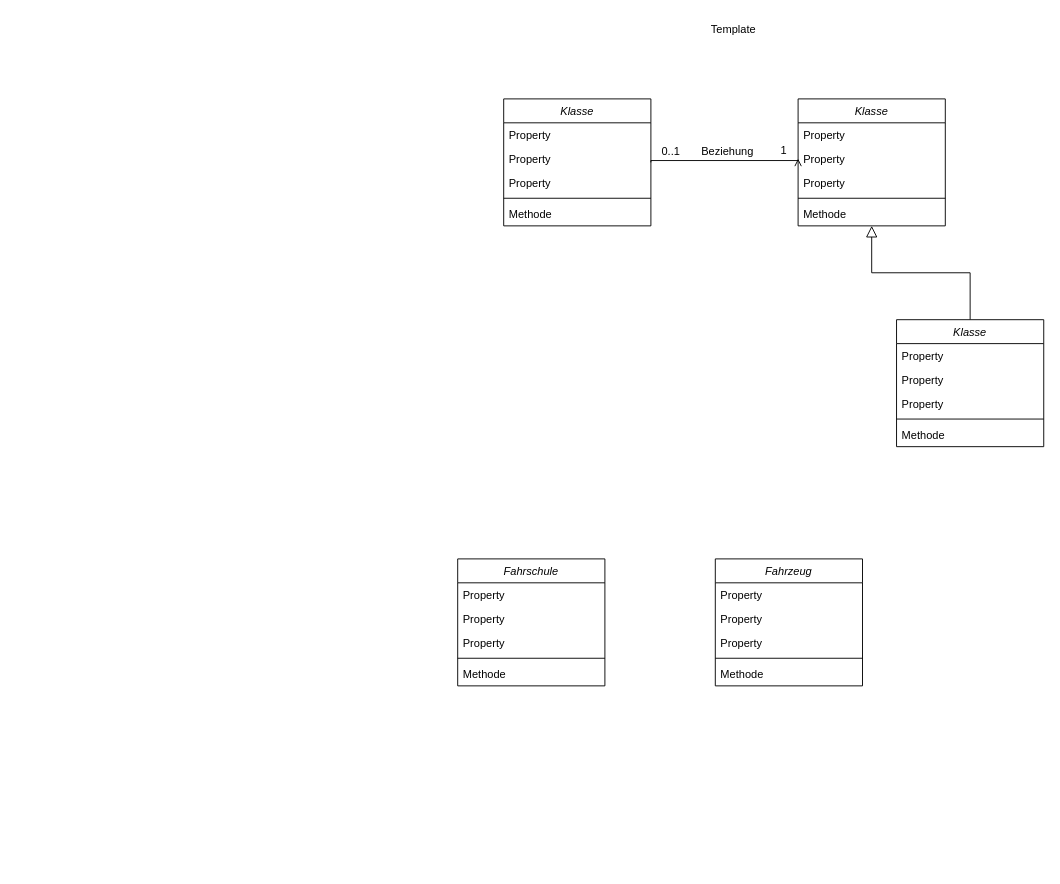
This is UML/Fahrschule-Klassendiagramm.drawio from isnteer-sluz/Fahrschule, a draw.io file, before an edit. Source tidied: cells renumbered, new cells numbered last; positions are measured from the earlier drawing's top-left corner, leaving out a move shared by most shapes. Both pictures are drawn from the tidied source at 92%, with x=0, y=0 at pixel (457, 16).
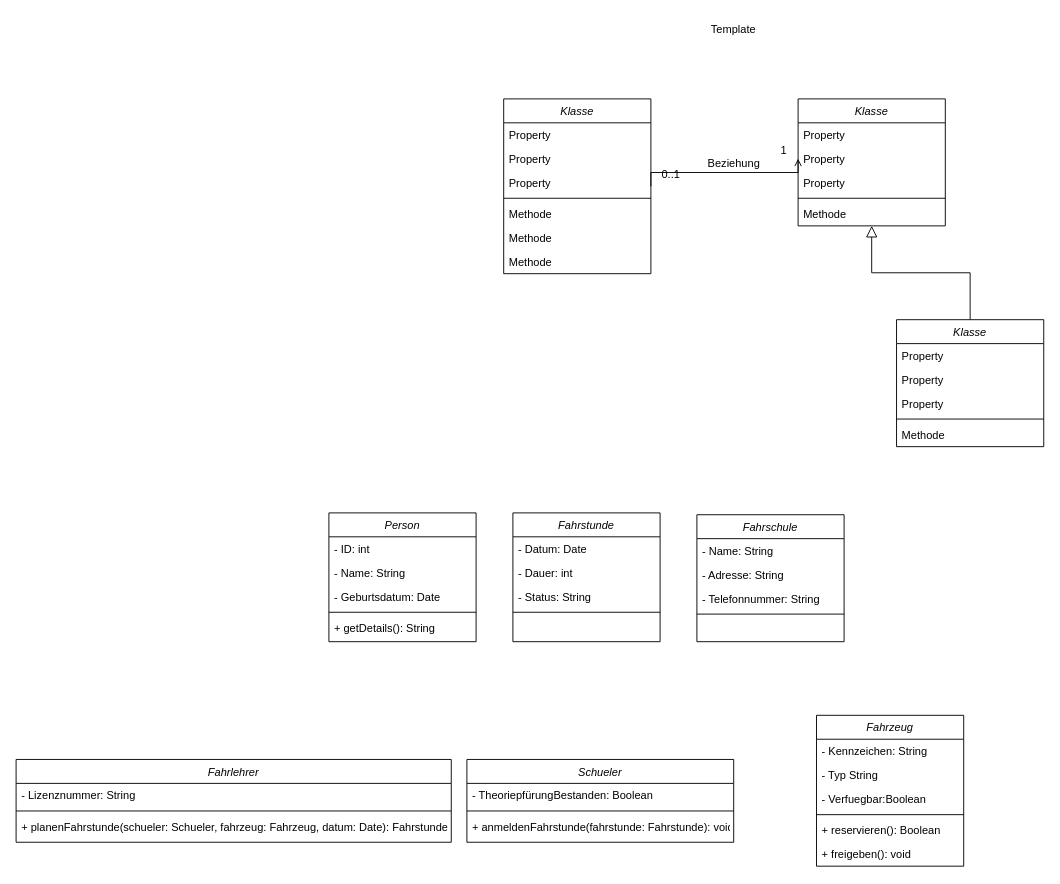
After the change.

The edit, as a diff of the source:
```diff
@@
     <mxCell id="2" value="Klasse" style="swimlane;fontStyle=2;align=center;verticalAlign=top;horizontal=1;startSize=26;rounded=0;shadow=0;strokeWidth=1;" parent="1" vertex="1">
-      <mxGeometry x="50" y="90" width="160" height="138" as="geometry" />
+      <mxGeometry x="50" y="90" width="160" height="190" as="geometry" />
     </mxCell>
@@
+    <mxCell id="38" value="Methode" style="text;align=left;verticalAlign=top;spacingLeft=4;spacingRight=4;overflow=hidden;" parent="2" vertex="1">
+      <mxGeometry y="138" width="160" height="26" as="geometry" />
+    </mxCell>
+    <mxCell id="39" value="Methode" style="text;align=left;verticalAlign=top;spacingLeft=4;spacingRight=4;overflow=hidden;" parent="2" vertex="1">
+      <mxGeometry y="164" width="160" height="26" as="geometry" />
+    </mxCell>
@@
     <mxCell id="26" value="Fahrschule" style="swimlane;fontStyle=2;align=center;verticalAlign=top;horizontal=1;startSize=26;rounded=0;shadow=0;strokeWidth=1;" parent="1" vertex="1">
-      <mxGeometry y="590" width="160" height="138" as="geometry" />
+      <mxGeometry x="260" y="542" width="160" height="138" as="geometry" />
     </mxCell>
-    <mxCell id="27" value="Property" style="text;align=left;verticalAlign=top;spacingLeft=4;spacingRight=4;overflow=hidden;" parent="26" vertex="1">
+    <mxCell id="27" value="- Name: String" style="text;align=left;verticalAlign=top;spacingLeft=4;spacingRight=4;overflow=hidden;" parent="26" vertex="1">
       <mxGeometry y="26" width="160" height="26" as="geometry" />
     </mxCell>
-    <mxCell id="28" value="Property" style="text;align=left;verticalAlign=top;spacingLeft=4;spacingRight=4;overflow=hidden;rounded=0;shadow=0;html=0;" parent="26" vertex="1">
+    <mxCell id="28" value="- Adresse: String" style="text;align=left;verticalAlign=top;spacingLeft=4;spacingRight=4;overflow=hidden;rounded=0;shadow=0;html=0;" parent="26" vertex="1">
       <mxGeometry y="52" width="160" height="26" as="geometry" />
     </mxCell>
-    <mxCell id="29" value="Property" style="text;align=left;verticalAlign=top;spacingLeft=4;spacingRight=4;overflow=hidden;rounded=0;shadow=0;html=0;" parent="26" vertex="1">
+    <mxCell id="29" value="- Telefonnummer: String" style="text;align=left;verticalAlign=top;spacingLeft=4;spacingRight=4;overflow=hidden;rounded=0;shadow=0;html=0;" parent="26" vertex="1">
       <mxGeometry y="78" width="160" height="26" as="geometry" />
     </mxCell>
@@
-    <mxCell id="31" value="Methode" style="text;align=left;verticalAlign=top;spacingLeft=4;spacingRight=4;overflow=hidden;" parent="26" vertex="1">
-      <mxGeometry y="112" width="160" height="26" as="geometry" />
-    </mxCell>
     <mxCell id="32" value="Fahrzeug" style="swimlane;fontStyle=2;align=center;verticalAlign=top;horizontal=1;startSize=26;rounded=0;shadow=0;strokeWidth=1;" parent="1" vertex="1">
-      <mxGeometry x="280" y="590" width="160" height="138" as="geometry" />
+      <mxGeometry x="390" y="760" width="160" height="164" as="geometry" />
     </mxCell>
-    <mxCell id="33" value="Property" style="text;align=left;verticalAlign=top;spacingLeft=4;spacingRight=4;overflow=hidden;" parent="32" vertex="1">
+    <mxCell id="33" value="- Kennzeichen: String" style="text;align=left;verticalAlign=top;spacingLeft=4;spacingRight=4;overflow=hidden;" parent="32" vertex="1">
       <mxGeometry y="26" width="160" height="26" as="geometry" />
     </mxCell>
-    <mxCell id="34" value="Property" style="text;align=left;verticalAlign=top;spacingLeft=4;spacingRight=4;overflow=hidden;rounded=0;shadow=0;html=0;" parent="32" vertex="1">
+    <mxCell id="34" value="- Typ String" style="text;align=left;verticalAlign=top;spacingLeft=4;spacingRight=4;overflow=hidden;rounded=0;shadow=0;html=0;" parent="32" vertex="1">
       <mxGeometry y="52" width="160" height="26" as="geometry" />
     </mxCell>
-    <mxCell id="35" value="Property" style="text;align=left;verticalAlign=top;spacingLeft=4;spacingRight=4;overflow=hidden;rounded=0;shadow=0;html=0;" parent="32" vertex="1">
+    <mxCell id="35" value="- Verfuegbar:Boolean" style="text;align=left;verticalAlign=top;spacingLeft=4;spacingRight=4;overflow=hidden;rounded=0;shadow=0;html=0;" parent="32" vertex="1">
       <mxGeometry y="78" width="160" height="26" as="geometry" />
     </mxCell>
@@
-    <mxCell id="37" value="Methode" style="text;align=left;verticalAlign=top;spacingLeft=4;spacingRight=4;overflow=hidden;" parent="32" vertex="1">
+    <mxCell id="37" value="+ reservieren(): Boolean" style="text;align=left;verticalAlign=top;spacingLeft=4;spacingRight=4;overflow=hidden;" parent="32" vertex="1">
       <mxGeometry y="112" width="160" height="26" as="geometry" />
     </mxCell>
+    <mxCell id="40" value="+ freigeben(): void" style="text;align=left;verticalAlign=top;spacingLeft=4;spacingRight=4;overflow=hidden;" parent="32" vertex="1">
+      <mxGeometry y="138" width="160" height="26" as="geometry" />
+    </mxCell>
+    <mxCell id="41" value="Person" style="swimlane;fontStyle=2;align=center;verticalAlign=top;horizontal=1;startSize=26;rounded=0;shadow=0;strokeWidth=1;" parent="1" vertex="1">
+      <mxGeometry x="-140" y="540" width="160" height="140" as="geometry" />
+    </mxCell>
+    <mxCell id="42" value="- ID: int" style="text;align=left;verticalAlign=top;spacingLeft=4;spacingRight=4;overflow=hidden;" parent="41" vertex="1">
+      <mxGeometry y="26" width="160" height="26" as="geometry" />
+    </mxCell>
+    <mxCell id="43" value="- Name: String" style="text;align=left;verticalAlign=top;spacingLeft=4;spacingRight=4;overflow=hidden;rounded=0;shadow=0;html=0;" parent="41" vertex="1">
+      <mxGeometry y="52" width="160" height="26" as="geometry" />
+    </mxCell>
+    <mxCell id="44" value="- Geburtsdatum: Date" style="text;align=left;verticalAlign=top;spacingLeft=4;spacingRight=4;overflow=hidden;rounded=0;shadow=0;html=0;" parent="41" vertex="1">
+      <mxGeometry y="78" width="160" height="26" as="geometry" />
+    </mxCell>
+    <mxCell id="45" style="line;html=1;strokeWidth=1;align=left;verticalAlign=middle;spacingTop=-1;spacingLeft=3;spacingRight=3;labelPosition=right;" parent="41" vertex="1">
+      <mxGeometry y="104" width="160" height="8" as="geometry" />
+    </mxCell>
+    <mxCell id="46" value="+ getDetails(): String" style="text;align=left;verticalAlign=top;spacingLeft=4;spacingRight=4;overflow=hidden;" parent="41" vertex="1">
+      <mxGeometry y="112" width="160" height="26" as="geometry" />
+    </mxCell>
+    <mxCell id="47" value="Schueler" style="swimlane;fontStyle=2;align=center;verticalAlign=top;horizontal=1;startSize=26;rounded=0;shadow=0;strokeWidth=1;" parent="1" vertex="1">
+      <mxGeometry x="10" y="808" width="290" height="90" as="geometry" />
+    </mxCell>
+    <mxCell id="48" value="- TheoriepfürungBestanden: Boolean" style="text;align=left;verticalAlign=top;spacingLeft=4;spacingRight=4;overflow=hidden;" parent="47" vertex="1">
+      <mxGeometry y="26" width="290" height="26" as="geometry" />
+    </mxCell>
+    <mxCell id="49" style="line;html=1;strokeWidth=1;align=left;verticalAlign=middle;spacingTop=-1;spacingLeft=3;spacingRight=3;labelPosition=right;" parent="47" vertex="1">
+      <mxGeometry y="52" width="290" height="8" as="geometry" />
+    </mxCell>
+    <mxCell id="50" value="+ anmeldenFahrstunde(fahrstunde: Fahrstunde): void" style="text;align=left;verticalAlign=top;spacingLeft=4;spacingRight=4;overflow=hidden;" parent="47" vertex="1">
+      <mxGeometry y="60" width="290" height="26" as="geometry" />
+    </mxCell>
+    <mxCell id="51" value="Fahrlehrer" style="swimlane;fontStyle=2;align=center;verticalAlign=top;horizontal=1;startSize=26;rounded=0;shadow=0;strokeWidth=1;" parent="1" vertex="1">
+      <mxGeometry x="-480" y="808" width="473" height="90" as="geometry" />
+    </mxCell>
+    <mxCell id="52" value="- Lizenznummer: String" style="text;align=left;verticalAlign=top;spacingLeft=4;spacingRight=4;overflow=hidden;" parent="51" vertex="1">
+      <mxGeometry y="26" width="473" height="26" as="geometry" />
+    </mxCell>
+    <mxCell id="53" style="line;html=1;strokeWidth=1;align=left;verticalAlign=middle;spacingTop=-1;spacingLeft=3;spacingRight=3;labelPosition=right;" parent="51" vertex="1">
+      <mxGeometry y="52" width="473" height="8" as="geometry" />
+    </mxCell>
+    <mxCell id="54" value="+ planenFahrstunde(schueler: Schueler, fahrzeug: Fahrzeug, datum: Date): Fahrstunde" style="text;align=left;verticalAlign=top;spacingLeft=4;spacingRight=4;overflow=hidden;" parent="51" vertex="1">
+      <mxGeometry y="60" width="473" height="26" as="geometry" />
+    </mxCell>
+    <mxCell id="55" value="Fahrstunde" style="swimlane;fontStyle=2;align=center;verticalAlign=top;horizontal=1;startSize=26;rounded=0;shadow=0;strokeWidth=1;" parent="1" vertex="1">
+      <mxGeometry x="60" y="540" width="160" height="140" as="geometry" />
+    </mxCell>
+    <mxCell id="56" value="- Datum: Date" style="text;align=left;verticalAlign=top;spacingLeft=4;spacingRight=4;overflow=hidden;" parent="55" vertex="1">
+      <mxGeometry y="26" width="160" height="26" as="geometry" />
+    </mxCell>
+    <mxCell id="57" value="- Dauer: int" style="text;align=left;verticalAlign=top;spacingLeft=4;spacingRight=4;overflow=hidden;rounded=0;shadow=0;html=0;" parent="55" vertex="1">
+      <mxGeometry y="52" width="160" height="26" as="geometry" />
+    </mxCell>
+    <mxCell id="58" value="- Status: String" style="text;align=left;verticalAlign=top;spacingLeft=4;spacingRight=4;overflow=hidden;rounded=0;shadow=0;html=0;" parent="55" vertex="1">
+      <mxGeometry y="78" width="160" height="26" as="geometry" />
+    </mxCell>
+    <mxCell id="59" style="line;html=1;strokeWidth=1;align=left;verticalAlign=middle;spacingTop=-1;spacingLeft=3;spacingRight=3;labelPosition=right;" parent="55" vertex="1">
+      <mxGeometry y="104" width="160" height="8" as="geometry" />
+    </mxCell>
```
